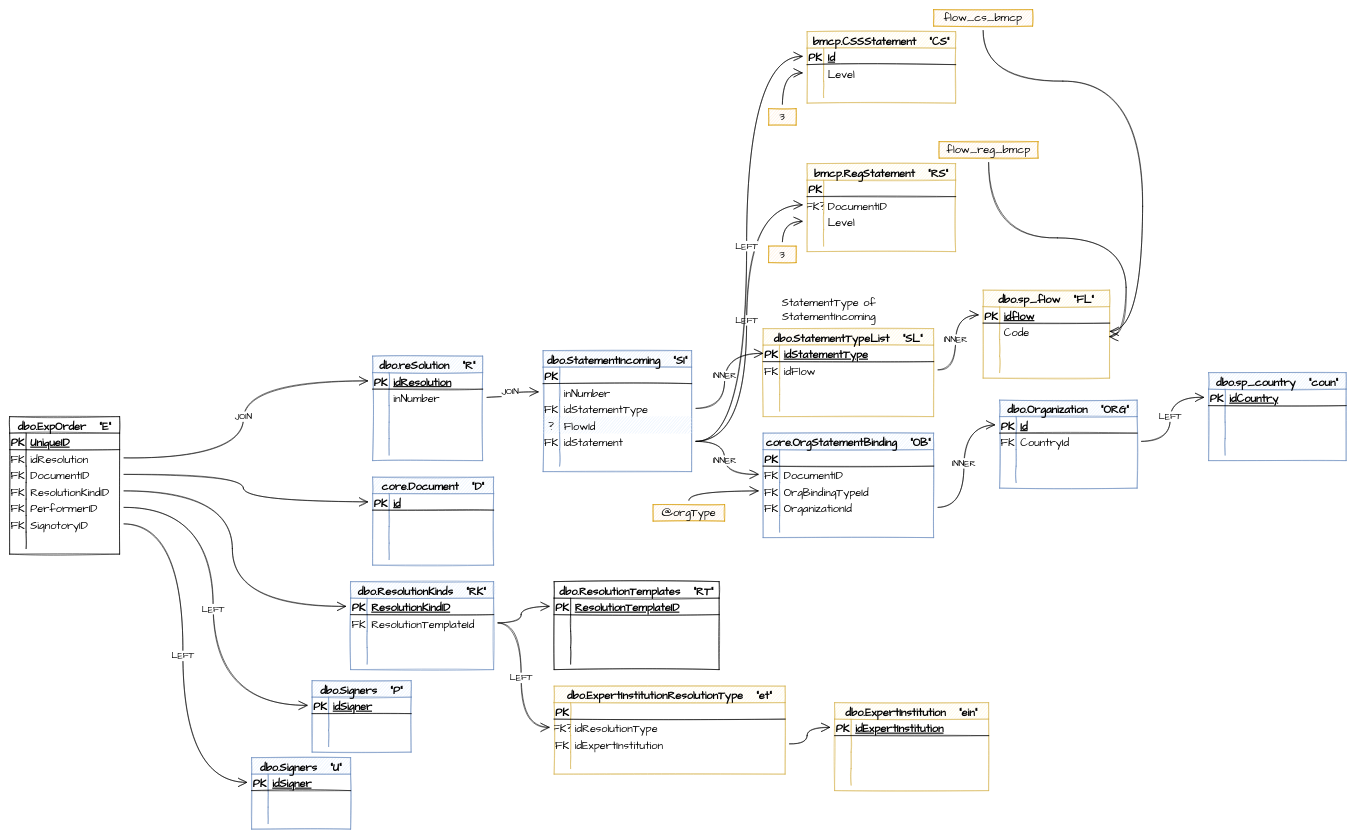
Before: SQL/GRLS/dbo/StoredProc/GetRpTaskBMCP.sql/GetRpTaskBMCP.drawio in davyd0ff/so-line-grls, a draw.io diagram. Source tidied: cells renumbered, new cells numbered last; positions are measured from the earlier drawing's top-left corner, leaving out a move shared by most shapes. Both pictures are drawn from the tidied source at 55%, with x=0, y=0 at pixel (9, 9).
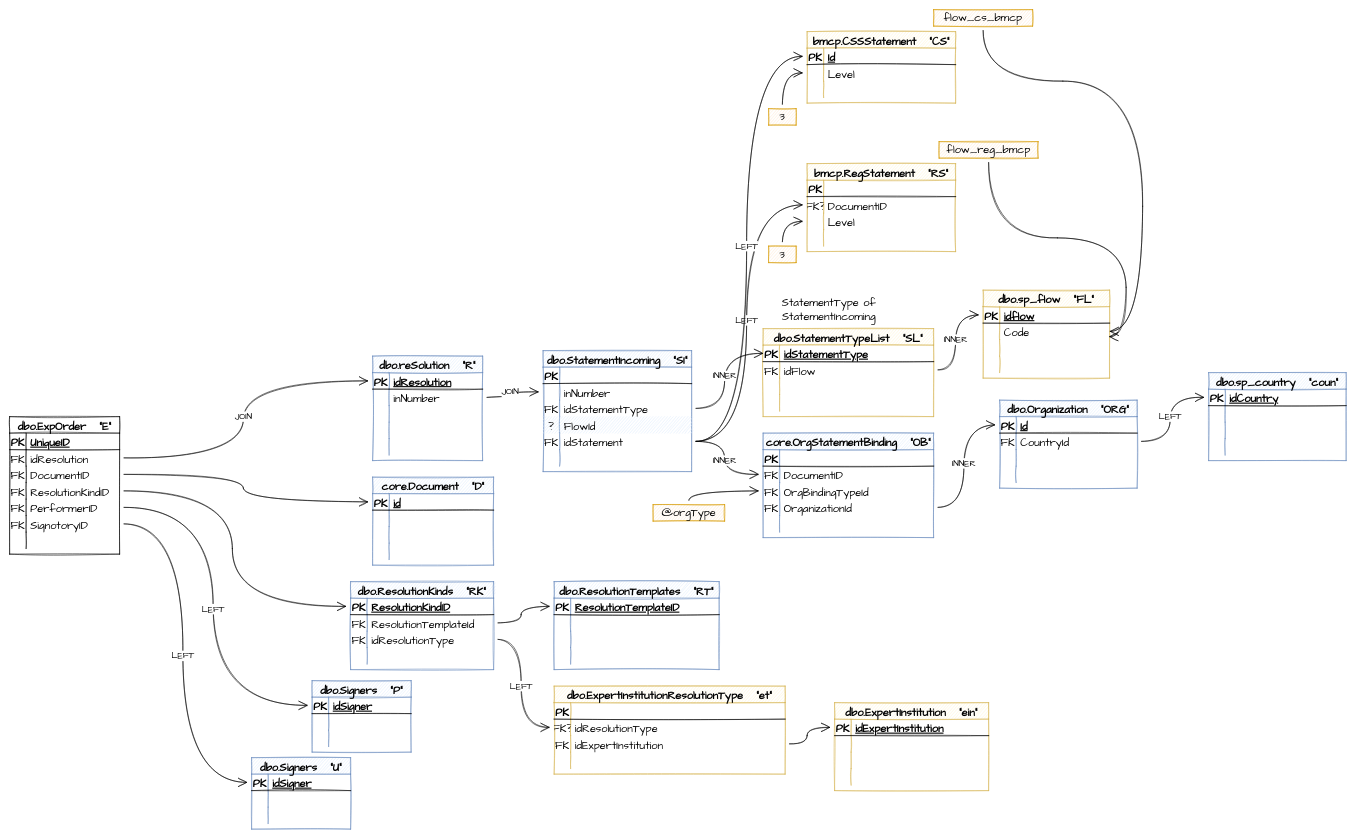
The same diagram, later.

Unchanged cells that the change refers to:
```xml
<mxCell id="94" style="shape=tableRow;horizontal=0;startSize=0;swimlaneHead=0;swimlaneBody=0;fillColor=none;points=[[0,0.5],[1,0.5]];portConstraint=eastwest;top=0;left=0;right=0;bottom=0;sketch=1;hachureGap=4;fontFamily=Architects Daughter;fontSize=20;" parent="90" vertex="1">
  <mxGeometry y="60" width="260" height="30" as="geometry" />
</mxCell>
<mxCell id="97" style="shape=tableRow;horizontal=0;startSize=0;swimlaneHead=0;swimlaneBody=0;fillColor=none;points=[[0,0.5],[1,0.5]];portConstraint=eastwest;top=0;left=0;right=0;bottom=0;sketch=1;hachureGap=4;fontFamily=Architects Daughter;fontSize=20;" parent="90" vertex="1">
  <mxGeometry y="90" width="260" height="30" as="geometry" />
</mxCell>
<mxCell id="205" style="shape=tableRow;horizontal=0;startSize=0;swimlaneHead=0;swimlaneBody=0;fillColor=none;points=[[0,0.5],[1,0.5]];portConstraint=eastwest;top=0;left=0;right=0;bottom=0;sketch=1;hachureGap=4;fontFamily=Architects Daughter;fontSize=20;" parent="201" vertex="1">
  <mxGeometry y="60" width="420" height="30" as="geometry" />
</mxCell>
```

Change to the diagram source:
```diff
@@
-    <mxCell id="98" style="shape=partialRectangle;fillColor=none;top=0;left=0;bottom=0;right=0;overflow=hidden;sketch=1;hachureGap=4;fontFamily=Architects Daughter;fontSize=20;" parent="97" vertex="1">
+    <mxCell id="98" value="FK" style="shape=partialRectangle;fillColor=none;top=0;left=0;bottom=0;right=0;overflow=hidden;sketch=1;hachureGap=4;fontFamily=Architects Daughter;fontSize=20;" parent="97" vertex="1">
       <mxGeometry width="30" height="30" as="geometry" />
     </mxCell>
-    <mxCell id="99" style="shape=partialRectangle;fillColor=none;top=0;left=0;bottom=0;right=0;align=left;spacingLeft=6;overflow=hidden;sketch=1;hachureGap=4;fontFamily=Architects Daughter;fontSize=20;" parent="97" vertex="1">
+    <mxCell id="99" value="idResolutionType" style="shape=partialRectangle;fillColor=none;top=0;left=0;bottom=0;right=0;align=left;spacingLeft=6;overflow=hidden;sketch=1;hachureGap=4;fontFamily=Architects Daughter;fontSize=20;" parent="97" vertex="1">
       <mxGeometry x="30" width="230" height="30" as="geometry" />
     </mxCell>
@@
-    <mxCell id="104" value="dbo.ResolutionTemplates   &quot;RT&quot;" style="shape=table;startSize=30;childLayout=tableLayout;rowLines=0;fontStyle=1;align=center;sketch=1;hachureGap=4;fontFamily=Architects Daughter;fontSize=20;" parent="1" vertex="1">
+    <mxCell id="104" value="dbo.ResolutionTemplates   &quot;RT&quot;" style="shape=table;startSize=30;childLayout=tableLayout;rowLines=0;fontStyle=1;align=center;sketch=1;hachureGap=4;fontFamily=Architects Daughter;fontSize=20;fillColor=#dae8fc;strokeColor=#6c8ebf;" parent="1" vertex="1">
       <mxGeometry x="990" y="1040" width="300" height="160" as="geometry" />
     </mxCell>
@@
-    <mxCell id="214" value="LEFT" style="edgeStyle=orthogonalEdgeStyle;curved=1;rounded=0;sketch=1;hachureGap=4;jettySize=auto;html=1;fontFamily=Architects Daughter;fontSize=16;endArrow=open;startSize=14;endSize=14;sourcePerimeterSpacing=8;targetPerimeterSpacing=8;" parent="1" edge="1" source="94" target="205">
+    <mxCell id="214" value="LEFT" style="edgeStyle=orthogonalEdgeStyle;curved=1;rounded=0;sketch=1;hachureGap=4;jettySize=auto;html=1;fontFamily=Architects Daughter;fontSize=16;endArrow=open;startSize=14;endSize=14;sourcePerimeterSpacing=8;targetPerimeterSpacing=8;" parent="1" edge="1" source="97" target="205">
       <mxGeometry relative="1" as="geometry" />
     </mxCell>
```
